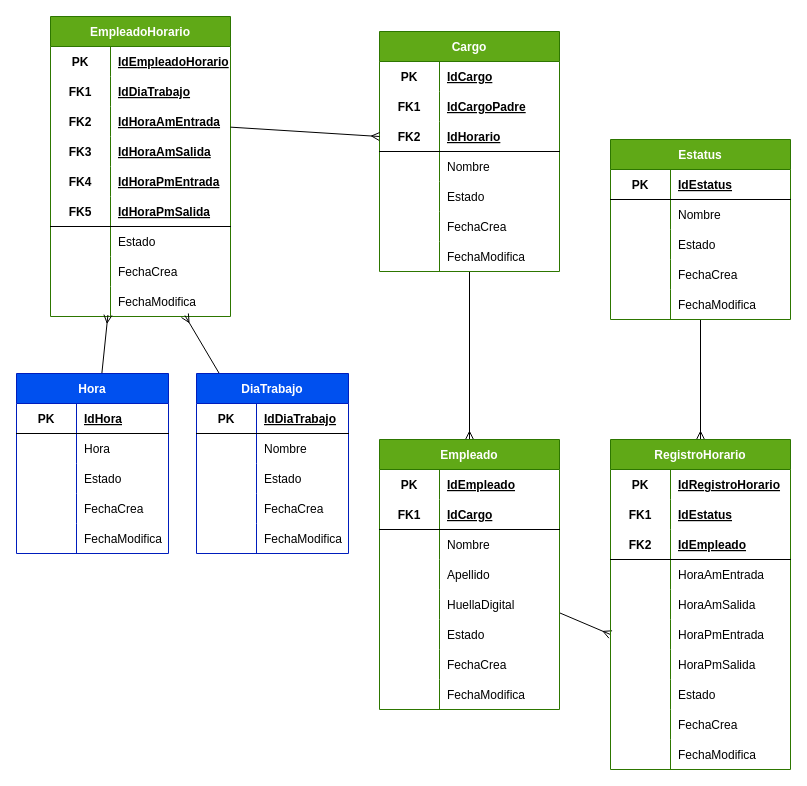
This is Grupo5_AssistControl/design/Diagrama_DataBase.drawio from EdisonV5329/Grupo5_CodeMasters, a draw.io file, before an edit. Source tidied: cells renumbered, new cells numbered last; positions are measured from the earlier drawing's top-left corner, leaving out a move shared by most shapes. Both pictures are drawn from the tidied source at 100%, with x=0, y=0 at pixel (16, 16).
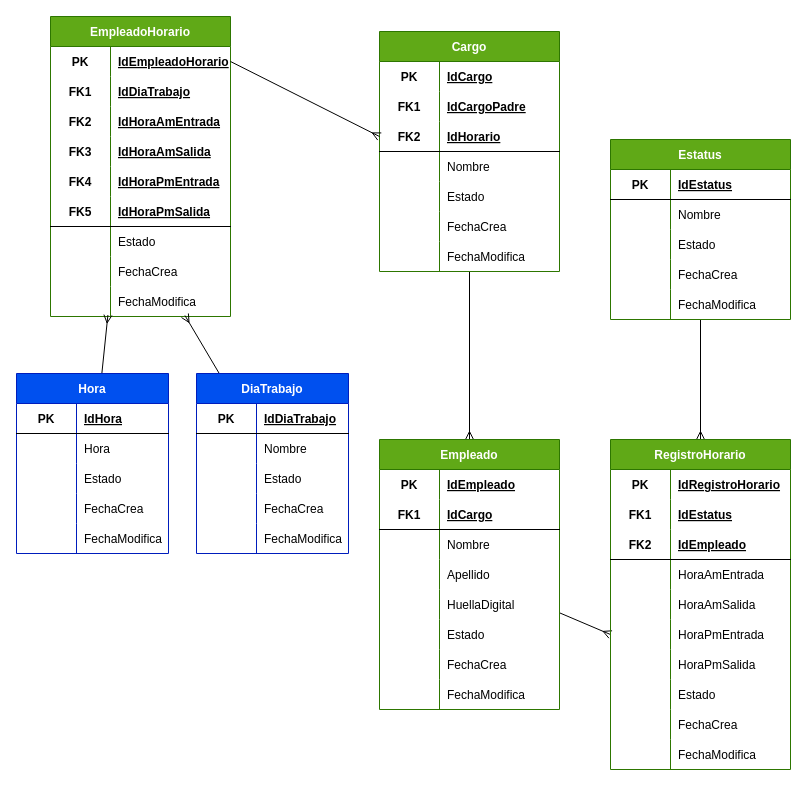
The same page after the edit.

The change refers to these unchanged cells:
```xml
<mxCell id="10" style="shape=tableRow;horizontal=0;startSize=0;swimlaneHead=0;swimlaneBody=0;fillColor=none;points=[[0,0.5],[1,0.5]];portConstraint=eastwest;top=0;left=0;right=0;bottom=1;labelBackgroundColor=none;strokeColor=#000000;strokeWidth=1;fontColor=#000000;" parent="3" vertex="1">
  <mxGeometry y="90" width="180" height="30" as="geometry" />
</mxCell>
<mxCell id="100" style="shape=tableRow;horizontal=0;startSize=0;swimlaneHead=0;swimlaneBody=0;fillColor=none;points=[[0,0.5],[1,0.5]];portConstraint=eastwest;top=0;left=0;right=0;bottom=0;labelBackgroundColor=none;strokeColor=#000000;strokeWidth=1;fontColor=#000000;" parent="99" vertex="1">
  <mxGeometry y="30" width="180" height="30" as="geometry" />
</mxCell>
<mxCell id="106" style="shape=tableRow;horizontal=0;startSize=0;swimlaneHead=0;swimlaneBody=0;fillColor=none;points=[[0,0.5],[1,0.5]];portConstraint=eastwest;top=0;left=0;right=0;bottom=0;labelBackgroundColor=none;strokeColor=#000000;strokeWidth=1;fontColor=#000000;" parent="99" vertex="1">
  <mxGeometry y="90" width="180" height="30" as="geometry" />
</mxCell>
```

The edit, as a diff of the source:
```diff
@@
-    <mxCell id="161" style="edgeStyle=none;html=1;entryX=0;entryY=0.5;entryDx=0;entryDy=0;strokeColor=#000000;endArrow=ERmany;endFill=0;" parent="1" edge="1" source="106" target="10">
+    <mxCell id="161" style="edgeStyle=none;html=1;entryX=0;entryY=0.5;entryDx=0;entryDy=0;strokeColor=#000000;endArrow=ERmany;endFill=0;exitX=1;exitY=0.5;exitDx=0;exitDy=0;" parent="1" edge="1" source="100" target="10">
       <mxGeometry relative="1" as="geometry" />
     </mxCell>
```
